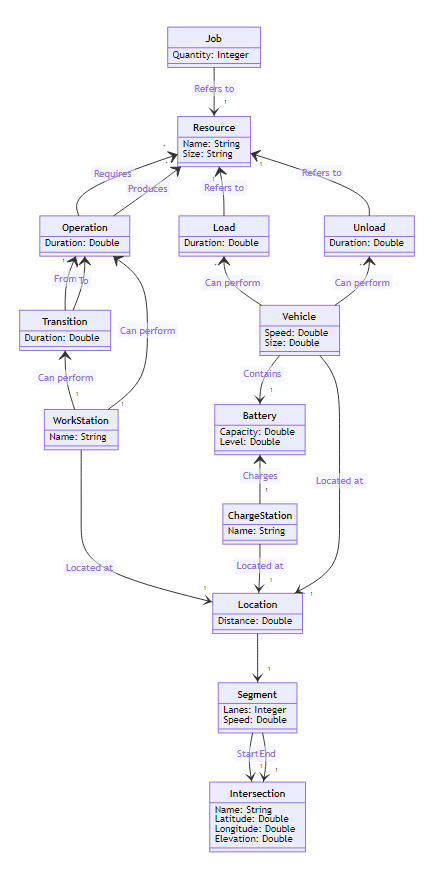
ghackenberg/transport-ide keeps this Mermaid diagram as model/doc/draft.png. Above is the earlier version. Its source is kept beside it as model/doc/draft.mmd.
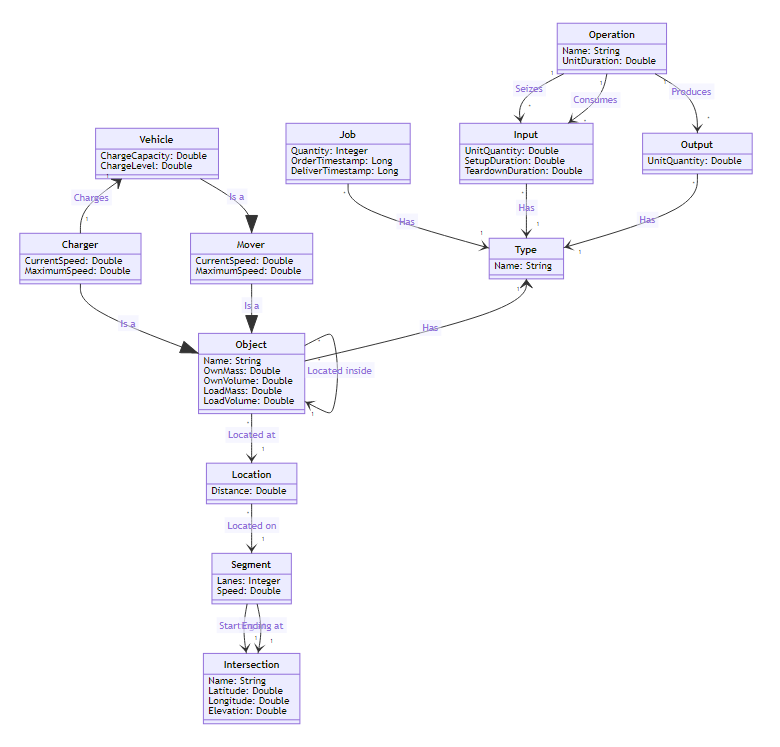
The same diagram one commit later.

Commit message:
revise object model draft

The edit, as a diff of the source:
```diff
@@ -3,27 +3,40 @@
 
     class Job {
         Quantity: Integer
+        OrderTimestamp: Long
+        DeliverTimestamp: Long
     }
 
-    class WorkStation {
+    class Type {
         Name: String
     }
 
-    class ChargeStation {
+    class Object {
         Name: String
+        OwnMass: Double
+        OwnVolume: Double
+        LoadMass: Double
+        LoadVolume: Double
     }
 
-    class Resource {
-        Name: String
-        Size: String
+    class Charger {
+        CurrentSpeed: Double
+        MaximumSpeed: Double
     }
 
     class Operation {
-        Duration: Double
+        Name: String
+        UnitDuration: Double
     }
 
-    class Transition {
-        Duration: Double
+    class Input {
+        UnitQuantity: Double
+        SetupDuration: Double
+        TeardownDuration: Double
+    }
+
+    class Output {
+        UnitQuantity: Double
     }
 
     class Location {
@@ -42,51 +55,39 @@
         Elevation: Double
     }
 
-    class Vehicle {
-        Speed: Double
-        Size: Double
+    class Mover {
+        CurrentSpeed: Double
+        MaximumSpeed: Double
     }
 
-    class Battery {
-        Capacity: Double
-        Level: Double
+    class Vehicle {
+        ChargeCapacity: Double
+        ChargeLevel: Double
     }
 
-    class Load {
-        Duration: Double
-    }
+    Job "*" --> "1" Type:Has
 
-    class Unload {
-        Duration: Double
-    }
+    Segment --> "1" Intersection:Starting at
+    Segment --> "1" Intersection:Ending at
 
-    Job --> "1" Resource:Refers to
+    Location "*" --> "1" Segment:Located on
 
-    Segment --> "1" Intersection:Start
-    Segment --> "1" Intersection:End
+    Operation "1" --> "*" Input:Seizes
+    Operation "1" --> "*" Input:Consumes
+    Operation "1" --> "*" Output:Produces
 
-    Location --> "1" Segment
+    Input "*" --> "1" Type:Has
 
-    WorkStation --> "1" Location:Located at
+    Output "*" --> "1" Type:Has
 
-    ChargeStation --> "1" Location:Located at
+    Charger --|> Object:Is a
 
-    Battery <-- "1" ChargeStation:Charges
+    Vehicle --|> Mover:Is a
+    Vehicle "1" <-- "1" Charger:Charges
 
-    Vehicle --> "1" Battery:Contains
-    Vehicle --> "1" Location:Located at
+    Mover --|> Object:Is a
 
-    Load "*" <-- Vehicle:Can perform
+    Object "*" --> "1" Location:Located at
+    Object "*" --> "1" Object:Located inside
 
-    Unload "*" <-- Vehicle:Can perform
-
-    Resource "*" <-- Operation:Requires
-    Resource "*" <-- Operation:Produces
-    Resource "1" <-- Load:Refers to
-    Resource "1" <-- Unload:Refers to
-
-    Transition <-- "1" WorkStation:Can perform
-
-    Operation "1" <-- Transition:From
-    Operation "1" <-- Transition:To
-    Operation <-- "1" WorkStation:Can perform
+    Type "1" <-- "*" Object:Has
```
